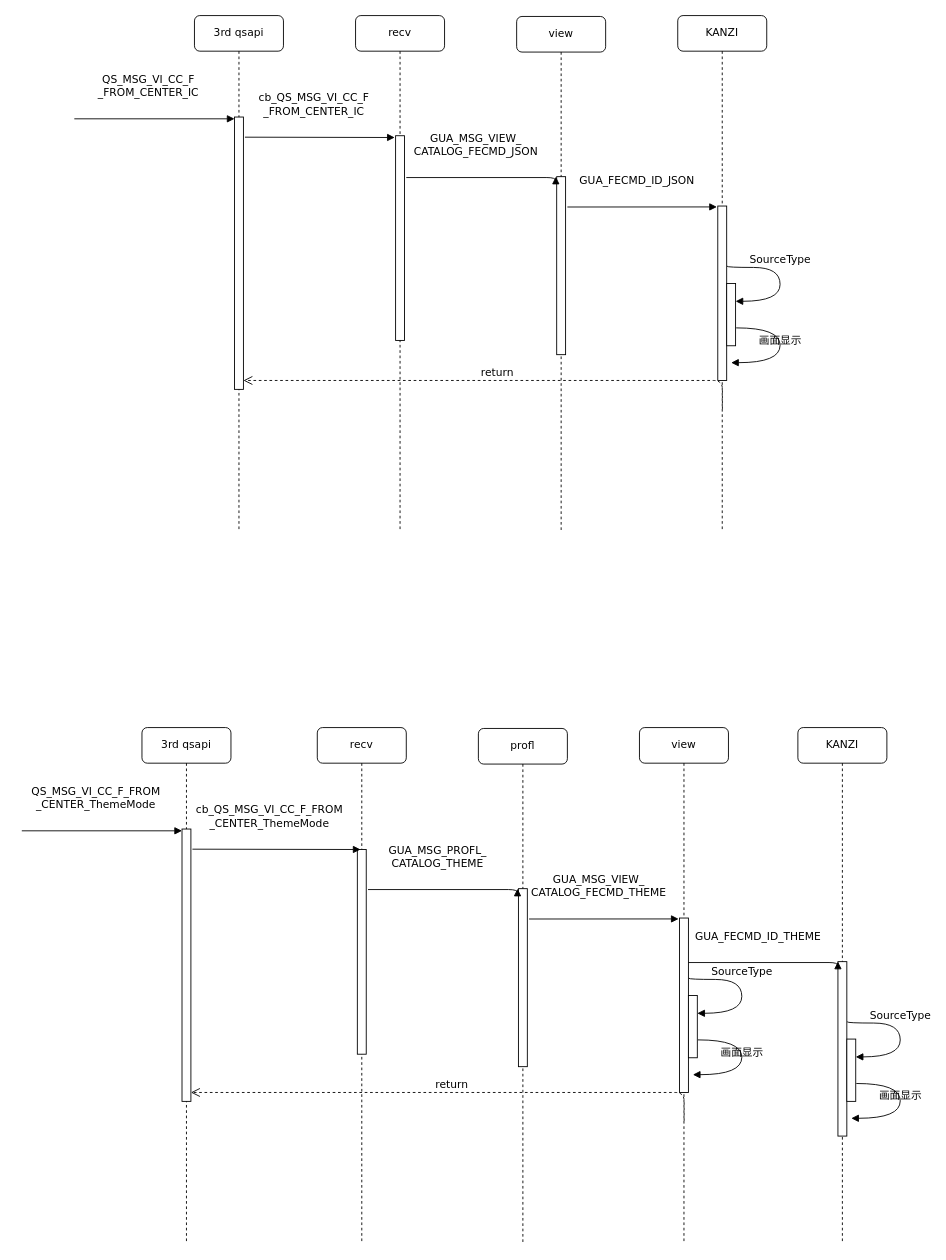
Above: Json流程图.drawio in deminsight/bellwell60 (draw.io), before the change. Source tidied: cells renumbered, new cells numbered last; positions are measured from the earlier drawing's top-left corner, leaving out a move shared by most shapes. Both pictures are drawn from the tidied source at 89%, with x=0, y=0 at pixel (21, 15).
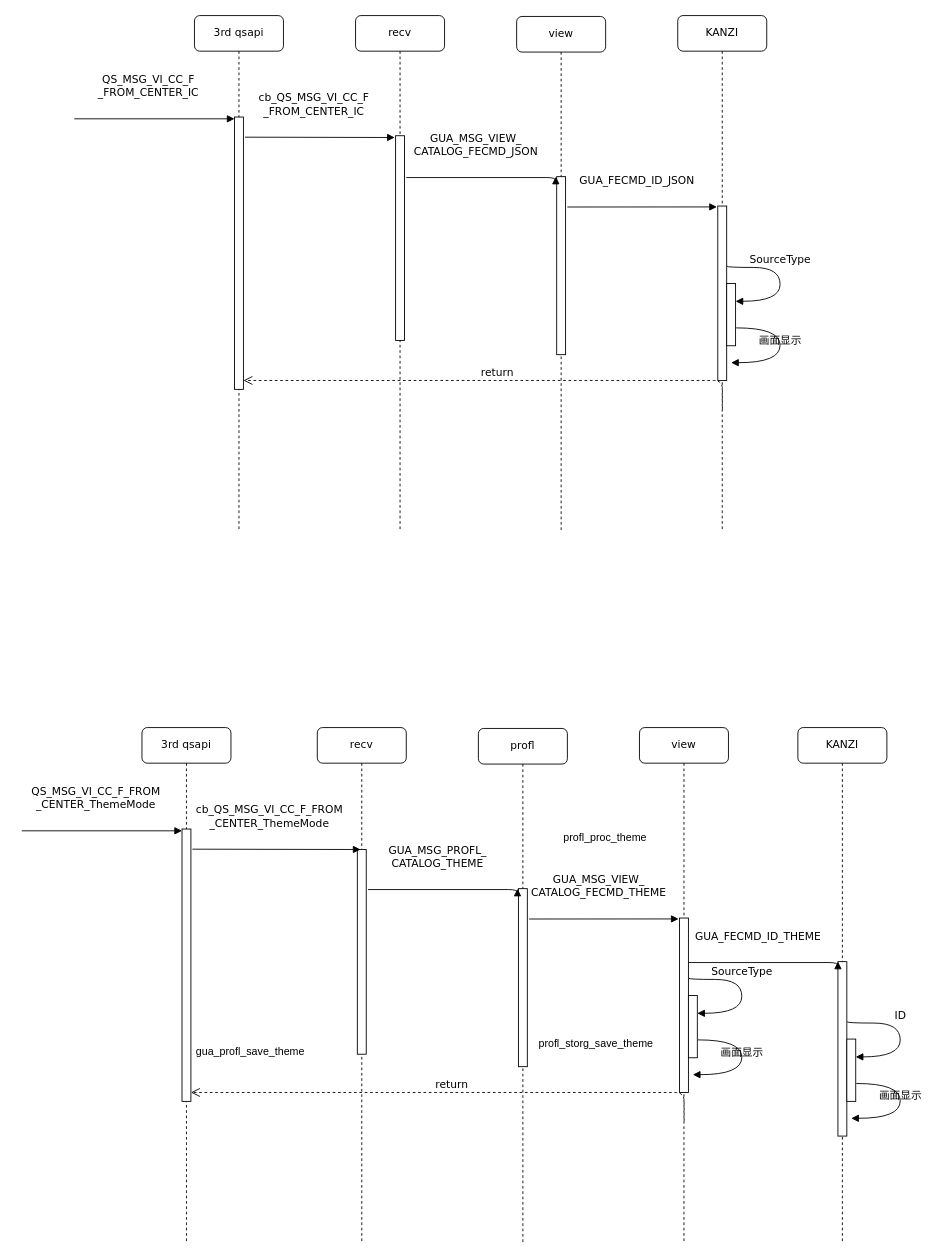
The same diagram, later.

Commit message (it also covers changes not shown here):
更新Json流程图.drawio

The change refers to these unchanged cells:
```xml
<mxCell id="35" style="html=1;points=[];perimeter=orthogonalPerimeter;rounded=0;shadow=0;comic=0;labelBackgroundColor=none;strokeWidth=1;fontFamily=Verdana;fontSize=12;align=center;" parent="1" vertex="1">
  <mxGeometry x="917" y="1063" width="10" height="196" as="geometry" />
</mxCell>
<mxCell id="36" style="html=1;points=[];perimeter=orthogonalPerimeter;rounded=0;shadow=0;comic=0;labelBackgroundColor=none;strokeWidth=1;fontFamily=Verdana;fontSize=12;align=center;" parent="1" vertex="1">
  <mxGeometry x="927" y="1150" width="10" height="70" as="geometry" />
</mxCell>
```

The edit, as a diff of the source:
```diff
@@
-    <mxCell id="37" value="&lt;p class=&quot;MsoNormal&quot;&gt;SourceType&lt;/p&gt;" style="html=1;verticalAlign=bottom;endArrow=block;labelBackgroundColor=none;fontFamily=Verdana;fontSize=12;elbow=vertical;edgeStyle=orthogonalEdgeStyle;curved=1;entryX=1;entryY=0.286;entryPerimeter=0;exitX=1.038;exitY=0.345;exitPerimeter=0;" parent="1" edge="1" source="35" target="36">
+    <mxCell id="37" value="&lt;p class=&quot;MsoNormal&quot;&gt;ID&lt;/p&gt;" style="html=1;verticalAlign=bottom;endArrow=block;labelBackgroundColor=none;fontFamily=Verdana;fontSize=12;elbow=vertical;edgeStyle=orthogonalEdgeStyle;curved=1;entryX=1;entryY=0.286;entryPerimeter=0;exitX=1.038;exitY=0.345;exitPerimeter=0;" parent="1" edge="1" source="35" target="36">
       <mxGeometry relative="1" as="geometry">
         <Array as="points">
           <mxPoint x="987" y="1132" />
           <mxPoint x="987" y="1170" />
         </Array>
       </mxGeometry>
     </mxCell>
@@
+    <mxCell id="40" value="profl_proc_theme" style="text;whiteSpace=wrap;" parent="1" vertex="1">
+      <mxGeometry x="607" y="910" width="130" height="40" as="geometry" />
+    </mxCell>
+    <mxCell id="41" value="gua_profl_save_theme" style="text;whiteSpace=wrap;" parent="1" vertex="1">
+      <mxGeometry x="194" y="1150" width="160" height="40" as="geometry" />
+    </mxCell>
+    <mxCell id="42" value="profl_storg_save_theme" style="text;whiteSpace=wrap;" parent="1" vertex="1">
+      <mxGeometry x="579" y="1141" width="160" height="40" as="geometry" />
+    </mxCell>
```
